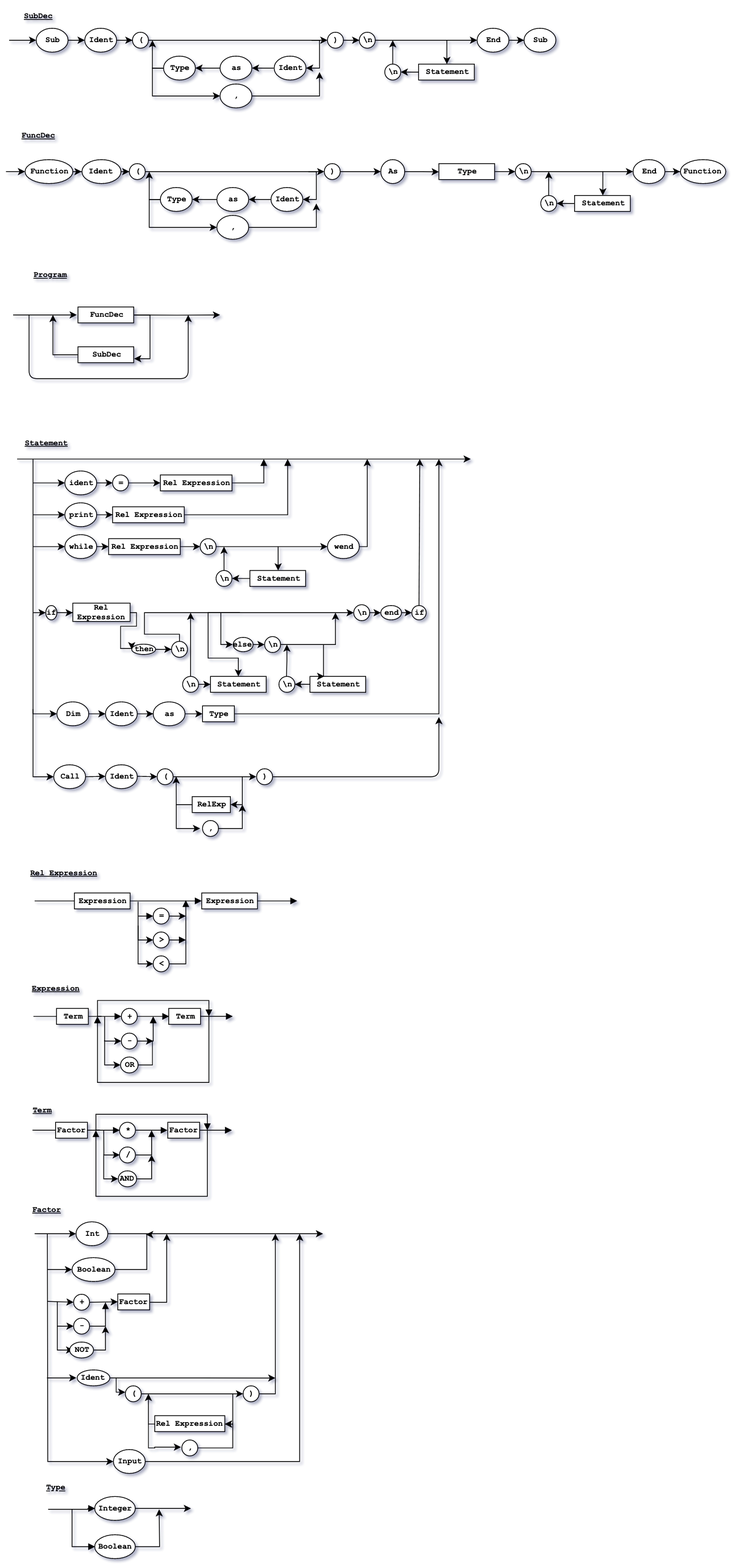
Before: ds.png, a diagram exported from draw.io (raphacosta27/raphael_compiler). Source tidied: cells renumbered, new cells last; positions are measured from the earlier drawing's top-left corner, leaving out a move shared by most shapes.
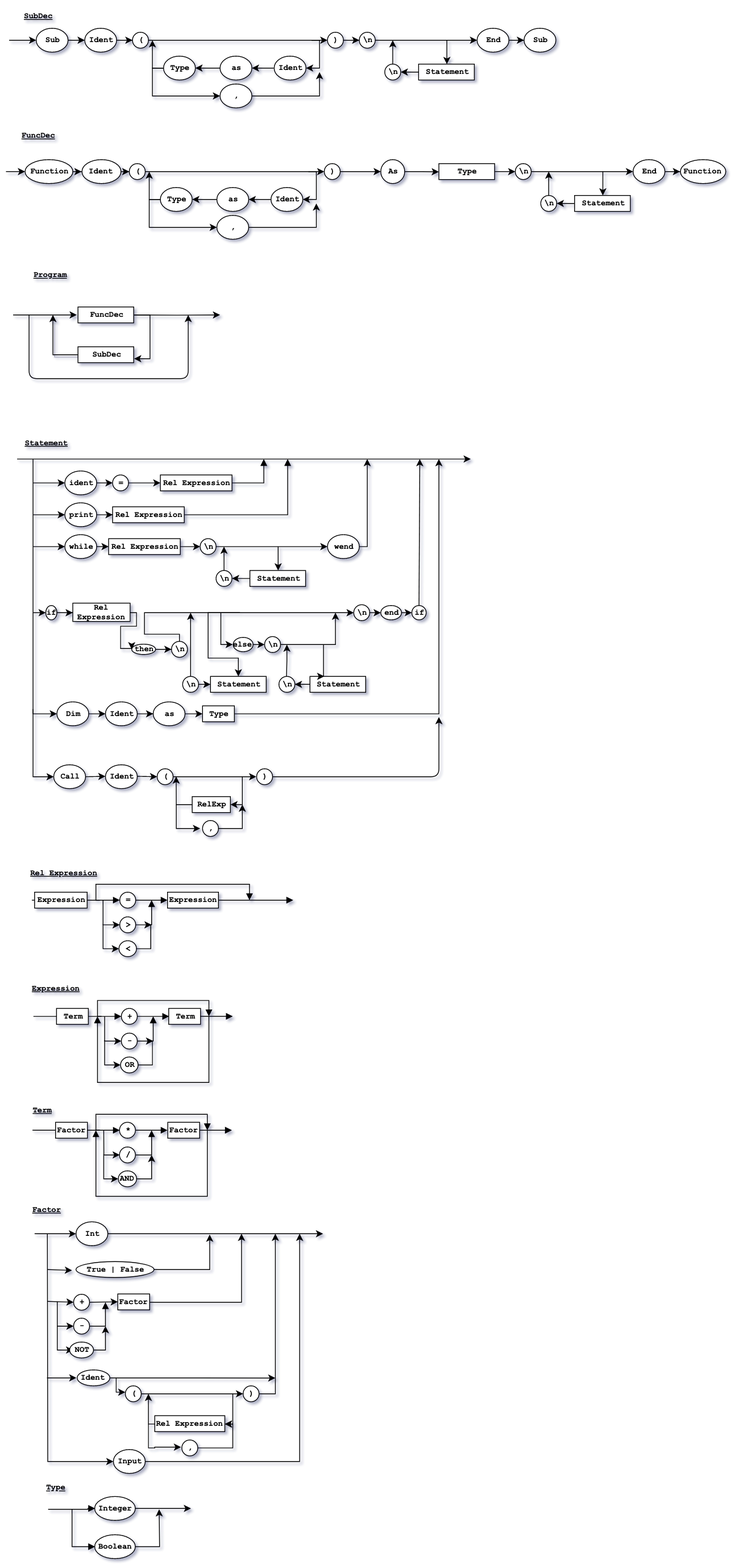
Above is the later version.

Change to the diagram source:
```diff
@@ -180,83 +180,9 @@
     <mxCell id="41" value="Rel Expression&lt;br style=&quot;font-size: 10px&quot;&gt;" style="text;html=1;strokeColor=none;fillColor=none;align=center;verticalAlign=middle;whiteSpace=wrap;rounded=0;perimeterSpacing=0;fontStyle=5;fontFamily=Courier New;fontSize=10;horizontal=1;" parent="1" vertex="1">
       <mxGeometry x="22" y="1076" width="100" height="40" as="geometry" />
     </mxCell>
-    <mxCell id="42" style="endArrow=none;html=1;fontFamily=Courier New;fontSize=10;" parent="1" edge="1">
-      <mxGeometry relative="1" as="geometry">
-        <mxPoint x="36" y="1131" as="sourcePoint" />
-        <mxPoint x="86" y="1131" as="targetPoint" />
-      </mxGeometry>
-    </mxCell>
-    <mxCell id="43" style="edgeStyle=orthogonalEdgeStyle;rounded=0;jumpSize=1;jettySize=auto;html=1;endArrow=block;endFill=1;fontFamily=Courier New;fontSize=10;entryX=0;entryY=0.5;entryDx=0;entryDy=0;" parent="1" edge="1" target="48">
-      <mxGeometry relative="1" as="geometry">
-        <mxPoint x="166" y="1150" as="sourcePoint" />
-        <Array as="points">
-          <mxPoint x="166" y="1150" />
-        </Array>
-      </mxGeometry>
-    </mxCell>
-    <mxCell id="44" value="Expression" style="rounded=0;whiteSpace=wrap;html=1;strokeColor=#000000;fontFamily=Courier New;fontStyle=1;fontSize=10;horizontal=1;" parent="1" vertex="1">
-      <mxGeometry x="86" y="1121" width="70" height="20" as="geometry" />
-    </mxCell>
-    <mxCell id="45" style="endArrow=classic;html=1;fontFamily=Courier New;fontSize=10;entryX=0;entryY=0.5;entryDx=0;entryDy=0;rounded=0;" parent="1" edge="1" target="50">
-      <mxGeometry relative="1" as="geometry">
-        <mxPoint x="166" y="1132" as="sourcePoint" />
-        <Array as="points">
-          <mxPoint x="166" y="1180" />
-        </Array>
-      </mxGeometry>
-    </mxCell>
-    <mxCell id="46" style="edgeStyle=orthogonalEdgeStyle;rounded=0;jumpSize=1;jettySize=auto;html=1;endArrow=block;endFill=1;fontFamily=Courier New;fontSize=10;exitX=1;exitY=0.5;exitDx=0;exitDy=0;" parent="1" edge="1" source="44">
-      <mxGeometry relative="1" as="geometry">
-        <mxPoint x="246" y="1131" as="targetPoint" />
-      </mxGeometry>
-    </mxCell>
-    <mxCell id="47" style="edgeStyle=orthogonalEdgeStyle;rounded=0;jettySize=auto;html=1;" parent="1" edge="1" source="48">
-      <mxGeometry relative="1" as="geometry">
-        <mxPoint x="226" y="1150" as="targetPoint" />
-      </mxGeometry>
-    </mxCell>
-    <mxCell id="48" value="=" style="ellipse;whiteSpace=wrap;html=1;strokeColor=#000000;fontFamily=Courier New;fontStyle=1;fontSize=10;horizontal=1;" parent="1" vertex="1">
-      <mxGeometry x="185" y="1140" width="20" height="20" as="geometry" />
-    </mxCell>
-    <mxCell id="49" style="edgeStyle=orthogonalEdgeStyle;rounded=0;jumpSize=1;jettySize=auto;html=1;endArrow=block;endFill=1;fontFamily=Courier New;fontSize=10;" parent="1" edge="1" source="50">
-      <mxGeometry relative="1" as="geometry">
-        <mxPoint x="226" y="1180" as="targetPoint" />
-      </mxGeometry>
-    </mxCell>
-    <mxCell id="50" value="&amp;gt;" style="ellipse;whiteSpace=wrap;html=1;strokeColor=#000000;fontFamily=Courier New;fontStyle=1;fontSize=10;horizontal=1;" parent="1" vertex="1">
-      <mxGeometry x="185" y="1170" width="20" height="20" as="geometry" />
-    </mxCell>
-    <mxCell id="51" style="edgeStyle=orthogonalEdgeStyle;rounded=0;jumpSize=1;jettySize=auto;html=1;endArrow=block;endFill=1;fontFamily=Courier New;fontSize=10;exitX=1;exitY=0.5;exitDx=0;exitDy=0;" parent="1" edge="1" source="52">
-      <mxGeometry relative="1" as="geometry">
-        <mxPoint x="226" y="1130" as="targetPoint" />
-        <Array as="points">
-          <mxPoint x="226" y="1210" />
-        </Array>
-      </mxGeometry>
-    </mxCell>
-    <mxCell id="52" value="&amp;lt;" style="ellipse;whiteSpace=wrap;html=1;strokeColor=#000000;fontFamily=Courier New;fontStyle=1;fontSize=10;horizontal=1;" parent="1" vertex="1">
-      <mxGeometry x="185" y="1200" width="20" height="20" as="geometry" />
-    </mxCell>
-    <mxCell id="53" style="endArrow=classic;html=1;fontFamily=Courier New;fontSize=10;entryX=0;entryY=0.5;entryDx=0;entryDy=0;rounded=0;" parent="1" edge="1" target="52">
-      <mxGeometry relative="1" as="geometry">
-        <mxPoint x="166" y="1162" as="sourcePoint" />
-        <Array as="points">
-          <mxPoint x="166" y="1210" />
-        </Array>
-      </mxGeometry>
-    </mxCell>
     <mxCell id="54" value="=" style="ellipse;whiteSpace=wrap;html=1;strokeColor=#000000;fontFamily=Courier New;fontStyle=1;fontSize=10;horizontal=1;" parent="1" vertex="1">
       <mxGeometry x="134" y="596" width="20" height="20" as="geometry" />
     </mxCell>
-    <mxCell id="55" value="Expression" style="rounded=0;whiteSpace=wrap;html=1;strokeColor=#000000;fontFamily=Courier New;fontStyle=1;fontSize=10;horizontal=1;" parent="1" vertex="1">
-      <mxGeometry x="246" y="1121" width="70" height="20" as="geometry" />
-    </mxCell>
-    <mxCell id="56" style="edgeStyle=orthogonalEdgeStyle;rounded=0;jumpSize=1;orthogonalLoop=1;jettySize=auto;html=1;endArrow=block;endFill=1;fontFamily=Courier New;fontSize=10;" parent="1" edge="1">
-      <mxGeometry relative="1" as="geometry">
-        <mxPoint x="316" y="1131" as="sourcePoint" />
-        <mxPoint x="366" y="1131" as="targetPoint" />
-      </mxGeometry>
-    </mxCell>
     <mxCell id="57" value="Expression&lt;br style=&quot;font-size: 10px&quot;&gt;" style="text;html=1;strokeColor=none;fillColor=none;align=center;verticalAlign=middle;whiteSpace=wrap;rounded=0;perimeterSpacing=0;fontStyle=5;fontFamily=Courier New;fontSize=10;horizontal=1;" parent="1" vertex="1">
       <mxGeometry x="22" y="1221" width="80" height="40" as="geometry" />
     </mxCell>
@@ -389,7 +315,7 @@
     </mxCell>
     <mxCell id="81" style="edgeStyle=orthogonalEdgeStyle;rounded=0;jettySize=auto;html=1;" parent="1" edge="1" source="82">
       <mxGeometry relative="1" as="geometry">
-        <mxPoint x="202" y="1549" as="targetPoint" />
+        <mxPoint x="296" y="1549" as="targetPoint" />
       </mxGeometry>
     </mxCell>
     <mxCell id="82" value="Factor" style="rounded=0;whiteSpace=wrap;html=1;strokeColor=#000000;fontFamily=Courier New;fontStyle=1;fontSize=10;horizontal=1;" parent="1" vertex="1">
@@ -786,20 +712,20 @@
     <mxCell id="164" value="NOT" style="ellipse;whiteSpace=wrap;html=1;strokeColor=#000000;fontFamily=Courier New;fontStyle=1;fontSize=10;horizontal=1;" parent="1" vertex="1">
       <mxGeometry x="79.5" y="1685" width="30" height="20" as="geometry" />
     </mxCell>
-    <mxCell id="165" style="edgeStyle=orthogonalEdgeStyle;rounded=0;jettySize=auto;html=1;" parent="1" edge="1" source="166">
+    <mxCell id="165" style="edgeStyle=orthogonalEdgeStyle;rounded=0;orthogonalLoop=1;jettySize=auto;html=1;" parent="1" edge="1">
       <mxGeometry relative="1" as="geometry">
-        <mxPoint x="176" y="1550" as="targetPoint" />
+        <mxPoint x="136" y="1594" as="sourcePoint" />
+        <mxPoint x="256" y="1550" as="targetPoint" />
         <Array as="points">
-          <mxPoint x="176.5" y="1594" />
+          <mxPoint x="256" y="1594" />
+          <mxPoint x="256" y="1550" />
         </Array>
       </mxGeometry>
     </mxCell>
-    <mxCell id="166" value="Boolean" style="ellipse;whiteSpace=wrap;html=1;strokeColor=#000000;fontFamily=Courier New;fontStyle=1;fontSize=10;horizontal=1;" parent="1" vertex="1">
-      <mxGeometry x="83" y="1579" width="54" height="30" as="geometry" />
-    </mxCell>
-    <mxCell id="167" style="endArrow=classic;html=1;entryX=0;entryY=0.5;entryDx=0;entryDy=0;" parent="1" edge="1" target="166">
+    <mxCell id="167" style="endArrow=classic;html=1;entryX=0;entryY=0.5;entryDx=0;entryDy=0;" parent="1" edge="1">
       <mxGeometry relative="1" as="geometry">
         <mxPoint x="52.5" y="1594" as="sourcePoint" />
+        <mxPoint x="83" y="1595" as="targetPoint" />
       </mxGeometry>
     </mxCell>
     <mxCell id="168" style="edgeStyle=orthogonalEdgeStyle;rounded=0;jettySize=auto;html=1;entryX=1;entryY=0.5;entryDx=0;entryDy=0;" parent="1" edge="1" source="169" target="172">
@@ -1168,5 +1094,93 @@
         <mxPoint x="88.5" y="1730" as="targetPoint" />
       </mxGeometry>
     </mxCell>
+    <mxCell id="245" style="endArrow=none;html=1;fontFamily=Courier New;fontSize=10;entryX=0;entryY=0.5;entryDx=0;entryDy=0;" parent="1" edge="1" target="247">
+      <mxGeometry relative="1" as="geometry">
+        <mxPoint x="32.5" y="1130" as="sourcePoint" />
+      </mxGeometry>
+    </mxCell>
+    <mxCell id="246" style="edgeStyle=orthogonalEdgeStyle;rounded=0;jumpSize=1;jettySize=auto;html=1;endArrow=block;endFill=1;fontFamily=Courier New;fontSize=10;entryX=0;entryY=0.5;entryDx=0;entryDy=0;" parent="1" edge="1" source="247" target="48">
+      <mxGeometry relative="1" as="geometry">
+        <Array as="points">
+          <mxPoint x="132" y="1130" />
+          <mxPoint x="132" y="1130" />
+        </Array>
+      </mxGeometry>
+    </mxCell>
+    <mxCell id="247" value="Expression" style="rounded=0;whiteSpace=wrap;html=1;strokeColor=#000000;fontFamily=Courier New;fontStyle=1;fontSize=10;horizontal=1;" parent="1" vertex="1">
+      <mxGeometry x="36" y="1120" width="66" height="20" as="geometry" />
+    </mxCell>
+    <mxCell id="248" style="endArrow=classic;html=1;fontFamily=Courier New;fontSize=10;entryX=0;entryY=0.5;entryDx=0;entryDy=0;rounded=0;" parent="1" edge="1" target="50">
+      <mxGeometry relative="1" as="geometry">
+        <mxPoint x="122" y="1130" as="sourcePoint" />
+        <Array as="points">
+          <mxPoint x="122" y="1161" />
+        </Array>
+      </mxGeometry>
+    </mxCell>
+    <mxCell id="249" style="edgeStyle=orthogonalEdgeStyle;rounded=0;jumpSize=1;jettySize=auto;html=1;endArrow=block;endFill=1;fontFamily=Courier New;fontSize=10;entryX=0;entryY=0.5;entryDx=0;entryDy=0;" parent="1" edge="1" source="48" target="251">
+      <mxGeometry relative="1" as="geometry" />
+    </mxCell>
+    <mxCell id="48" value="=" style="ellipse;whiteSpace=wrap;html=1;strokeColor=#000000;fontFamily=Courier New;fontStyle=1;fontSize=10;horizontal=1;" parent="1" vertex="1">
+      <mxGeometry x="143" y="1120" width="20" height="20" as="geometry" />
+    </mxCell>
+    <mxCell id="250" style="edgeStyle=orthogonalEdgeStyle;rounded=0;jumpSize=1;jettySize=auto;html=1;endArrow=block;endFill=1;fontFamily=Courier New;fontSize=10;" parent="1" edge="1" source="50">
+      <mxGeometry relative="1" as="geometry">
+        <mxPoint x="183" y="1130" as="targetPoint" />
+        <Array as="points">
+          <mxPoint x="183" y="1161" />
+          <mxPoint x="182" y="1143" />
+        </Array>
+      </mxGeometry>
+    </mxCell>
+    <mxCell id="50" value="&amp;gt;" style="ellipse;whiteSpace=wrap;html=1;strokeColor=#000000;fontFamily=Courier New;fontStyle=1;fontSize=10;horizontal=1;" parent="1" vertex="1">
+      <mxGeometry x="143" y="1151" width="20" height="20" as="geometry" />
+    </mxCell>
+    <mxCell id="251" value="Expression&lt;br&gt;" style="rounded=0;whiteSpace=wrap;html=1;strokeColor=#000000;fontFamily=Courier New;fontStyle=1;fontSize=10;horizontal=1;" parent="1" vertex="1">
+      <mxGeometry x="203" y="1120" width="64" height="20" as="geometry" />
+    </mxCell>
+    <mxCell id="252" style="edgeStyle=orthogonalEdgeStyle;rounded=0;jumpSize=1;orthogonalLoop=1;jettySize=auto;html=1;endArrow=block;endFill=1;fontFamily=Courier New;fontSize=10;" parent="1" edge="1">
+      <mxGeometry relative="1" as="geometry">
+        <mxPoint x="267" y="1129.9" as="sourcePoint" />
+        <mxPoint x="360.5" y="1130" as="targetPoint" />
+        <Array as="points">
+          <mxPoint x="340.5" y="1130" />
+          <mxPoint x="340.5" y="1130" />
+        </Array>
+      </mxGeometry>
+    </mxCell>
+    <mxCell id="253" style="edgeStyle=orthogonalEdgeStyle;rounded=0;jumpSize=1;orthogonalLoop=1;jettySize=auto;html=1;endArrow=block;endFill=1;fontFamily=Courier New;fontSize=10;" parent="1" edge="1">
+      <mxGeometry relative="1" as="geometry">
+        <mxPoint x="118" y="1130" as="sourcePoint" />
+        <mxPoint x="306" y="1130" as="targetPoint" />
+        <Array as="points">
+          <mxPoint x="113" y="1130" />
+          <mxPoint x="113" y="1110" />
+          <mxPoint x="306" y="1110" />
+        </Array>
+      </mxGeometry>
+    </mxCell>
+    <mxCell id="254" style="edgeStyle=orthogonalEdgeStyle;rounded=0;jettySize=auto;html=1;" parent="1" edge="1" source="52">
+      <mxGeometry relative="1" as="geometry">
+        <mxPoint x="183" y="1161" as="targetPoint" />
+        <Array as="points">
+          <mxPoint x="182" y="1191" />
+        </Array>
+      </mxGeometry>
+    </mxCell>
+    <mxCell id="52" value="&amp;lt;" style="ellipse;whiteSpace=wrap;html=1;strokeColor=#000000;fontFamily=Courier New;fontStyle=1;fontSize=10;horizontal=1;" parent="1" vertex="1">
+      <mxGeometry x="142" y="1181" width="22" height="20" as="geometry" />
+    </mxCell>
+    <mxCell id="255" style="endArrow=classic;html=1;entryX=0;entryY=0.5;entryDx=0;entryDy=0;rounded=0;" parent="1" edge="1" target="52">
+      <mxGeometry relative="1" as="geometry">
+        <mxPoint x="122" y="1160" as="sourcePoint" />
+        <Array as="points">
+          <mxPoint x="122" y="1191" />
+        </Array>
+      </mxGeometry>
+    </mxCell>
+    <mxCell id="256" value="True | False" style="ellipse;whiteSpace=wrap;html=1;strokeColor=#000000;fontFamily=Courier New;fontStyle=1;fontSize=10;horizontal=1;" parent="1" vertex="1">
+      <mxGeometry x="88" y="1584" width="98" height="20" as="geometry" />
+    </mxCell>
   </root>
 </mxGraphModel>
```
